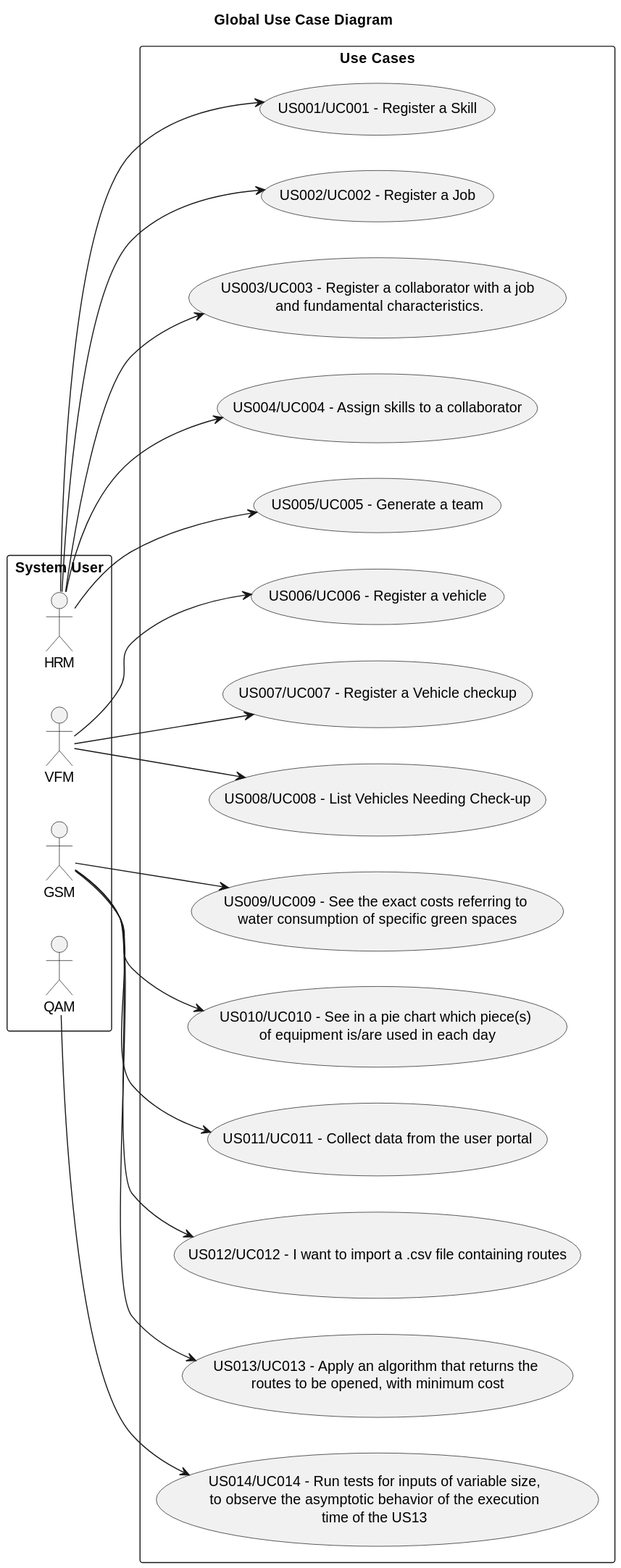
ricardomm7/leaflink keeps this PlantUML diagram as docs/sprintB/global-artifacts/01.requirements-engineering/svg/use-case-diagram.svg. Above is the earlier version.
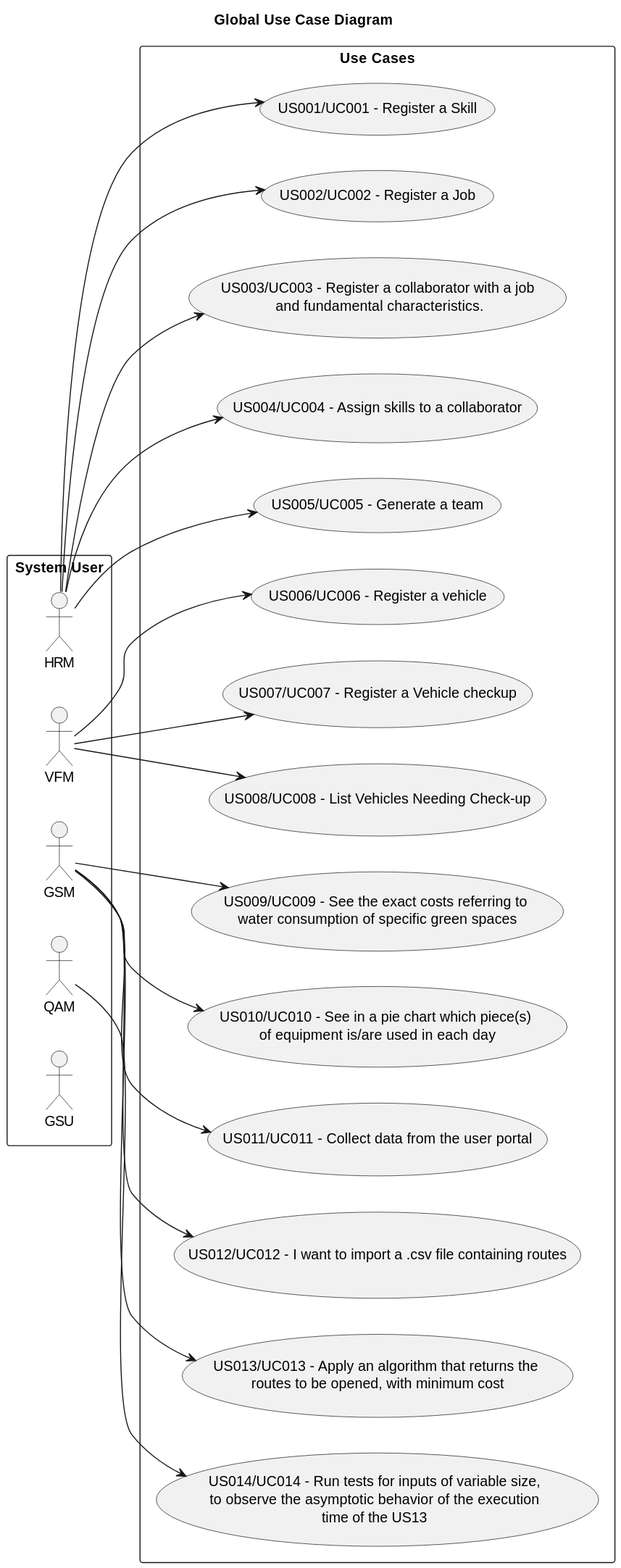
Later version of the same file.

What changed in the source:
```diff
@@ -12,6 +12,7 @@
     actor VFM
     actor GSM
     actor QAM
+    actor GSU
 }
 
 rectangle "Use Cases" as usecases{
```
